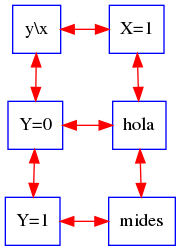
Before: matriz.png, a diagram exported from Graphviz (martinfdev/EstructurasenC-P1). Its source is kept beside it as matriz.dot. The source it was exported from:
```dot
digraph G {
rankdir = TB;
node [shape=rectangle, color=blue, height=0.5, width=0.5];
edge [color= red];
graph[ nodesep = 0.5];
nodeXY [label="y\\x"];
nodeX1 [label="X=1"];

nodeY0 [label="Y=0"];
nodeY1 [label="Y=1"];

nodev10 [label="hola"];
nodev11 [label="mides"];

nodeXY -> nodeX1 [dir=both];

nodeXY -> nodeY0 [dir=both];
nodeY0 -> nodeY1 [dir=both];

nodeX1 -> nodev10 [dir=both];
nodev10 -> nodev11 [dir=both];
nodeY0 -> nodev10 [constraint=false, dir=both];
nodeY1 -> nodev11 [constraint=false, dir=both];

{rank=same; nodeXY; nodeX1; }
{rank=same; nodeY0; nodev10; }
{rank=same; nodeY1; nodev11; }
}
```
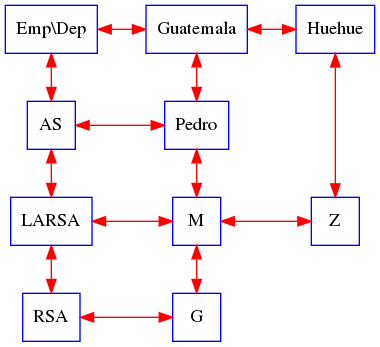
The same diagram one commit later.

Commit message:
modificando matriz

What changed in the source:
```diff
@@ -3,26 +3,37 @@
 node [shape=rectangle, color=blue, height=0.5, width=0.5];
 edge [color= red];
 graph[ nodesep = 0.5];
-nodeXY [label="y\\x"];
-nodeX1 [label="X=1"];
+nodeXY [label="Emp\\Dep"];
+nodeXGuatemala [label="Guatemala"];
+nodeXHuehue [label="Huehue"];
 
-nodeY0 [label="Y=0"];
-nodeY1 [label="Y=1"];
+nodeYAS [label="AS"];
+nodeYLARSA [label="LARSA"];
+nodeYRSA [label="RSA"];
 
-nodev10 [label="hola"];
-nodev11 [label="mides"];
+nodevGuatemalaAS [label="Pedro"];
+nodevGuatemalaLARSA [label="M"];
+nodevHuehueLARSA [label="Z"];
+nodevGuatemalaRSA [label="G"];
 
-nodeXY -> nodeX1 [dir=both];
+nodeXY -> nodeXGuatemala [dir=both];
+nodeXGuatemala -> nodeXHuehue [dir=both];
 
-nodeXY -> nodeY0 [dir=both];
-nodeY0 -> nodeY1 [dir=both];
+nodeXY -> nodeYAS [dir=both];
+nodeYAS -> nodeYLARSA [dir=both];
+nodeYLARSA -> nodeYRSA [dir=both];
 
-nodeX1 -> nodev10 [dir=both];
-nodev10 -> nodev11 [dir=both];
-nodeY0 -> nodev10 [constraint=false, dir=both];
-nodeY1 -> nodev11 [constraint=false, dir=both];
+nodeXGuatemala -> nodevGuatemalaAS [dir=both];
+nodevGuatemalaAS -> nodevGuatemalaLARSA [dir=both];
+nodevGuatemalaLARSA -> nodevGuatemalaRSA [dir=both];
+nodeXHuehue -> nodevHuehueLARSA [dir=both];
+nodeYAS -> nodevGuatemalaAS [constraint=false, dir=both];
+nodeYLARSA -> nodevGuatemalaLARSA [constraint=false, dir=both];
+nodevGuatemalaLARSA -> nodevHuehueLARSA [constraint=false, dir=both];
+nodeYRSA -> nodevGuatemalaRSA [constraint=false, dir=both];
 
-{rank=same; nodeXY; nodeX1; }
-{rank=same; nodeY0; nodev10; }
-{rank=same; nodeY1; nodev11; }
+{rank=same; nodeXY; nodeXGuatemala; nodeXHuehue; }
+{rank=same; nodeYAS; nodevGuatemalaAS; }
+{rank=same; nodeYLARSA; nodevGuatemalaLARSA; nodevHuehueLARSA; }
+{rank=same; nodeYRSA; nodevGuatemalaRSA; }
 }
```
